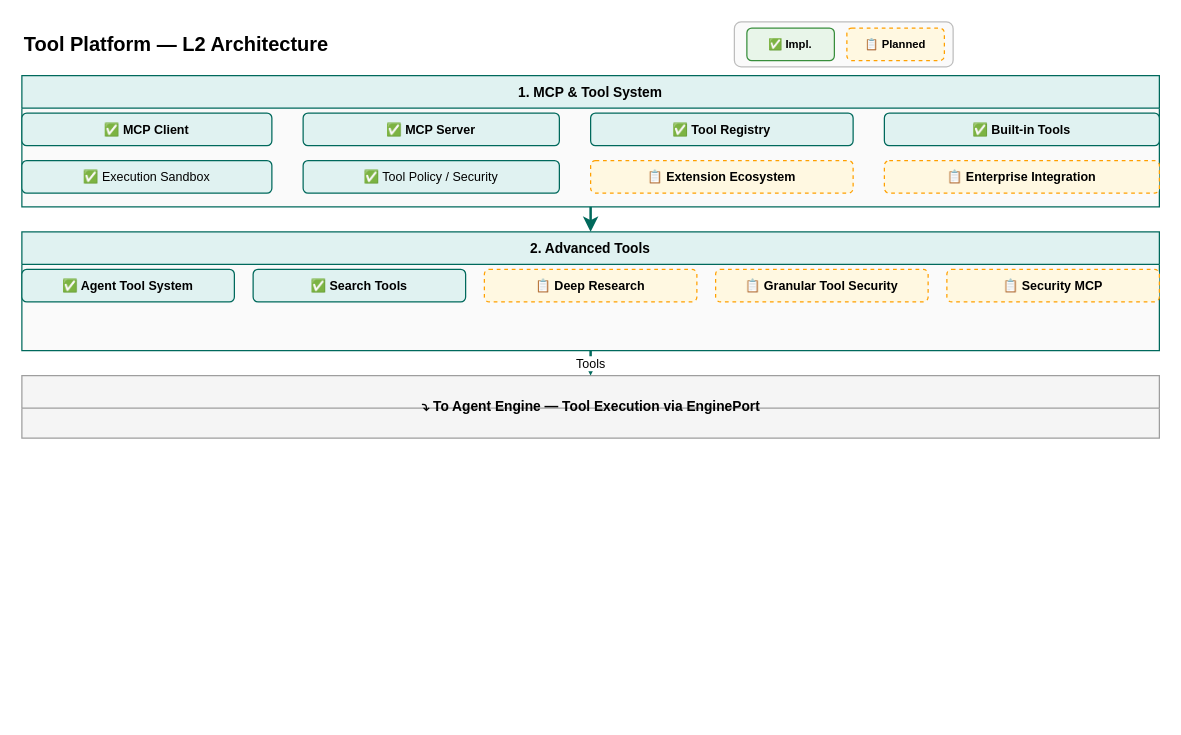
Before: docs/design/hardware/tool-platform-l2.drawio in xueyufish/hecate, a draw.io diagram. Source tidied: cells renumbered, new cells numbered last; positions are measured from the earlier drawing's top-left corner, leaving out a move shared by most shapes. Both pictures are drawn from the tidied source at 125%, with x=0, y=0 at pixel (21, 21).
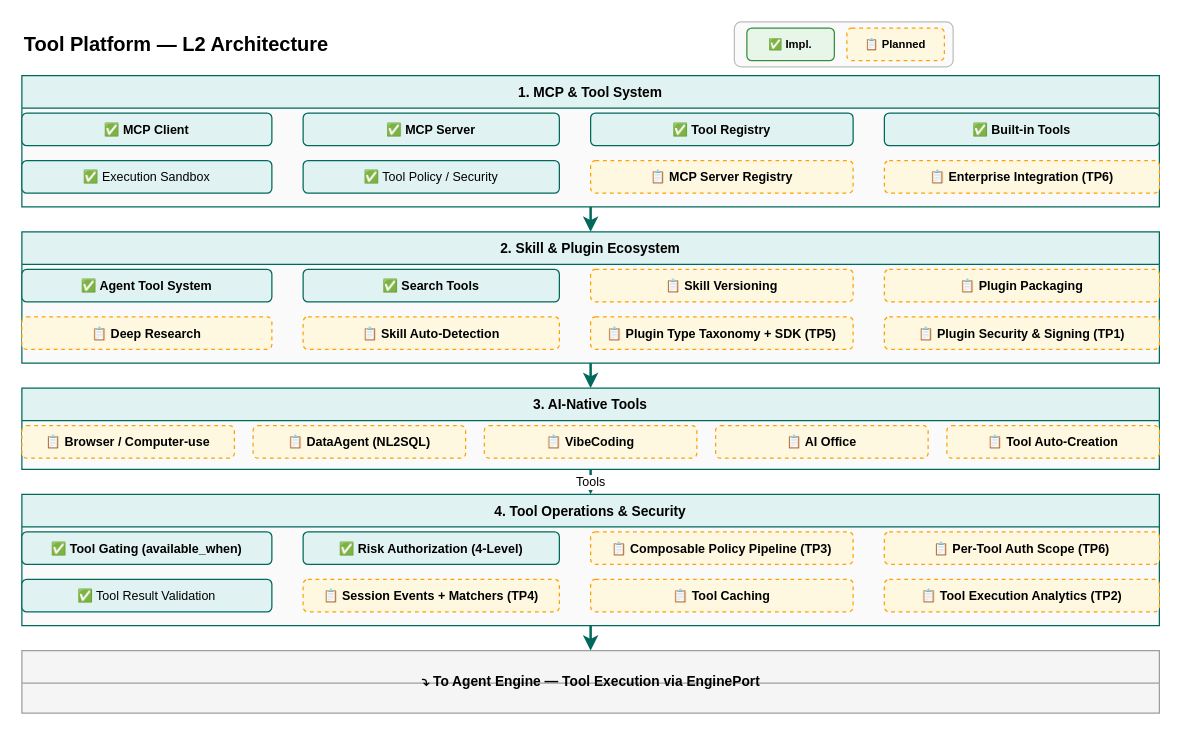
Above is the later version.

The change refers to these unchanged cells:
```xml
<mxCell id="6" value="1. MCP &amp; Tool System" style="swimlane;startSize=26;fillColor=#E0F2F1;strokeColor=#00695C;fontSize=11;fontStyle=1;swimlaneFillColor=#FAFAFA;" parent="1" vertex="1">
  <mxGeometry y="43" width="910" height="105" as="geometry" />
</mxCell>
```

The edit, as a diff of the source:
```diff
@@
-    <mxCell id="13" value="📋 Extension Ecosystem" style="rounded=1;whiteSpace=wrap;html=1;fillColor=#FFF8E1;strokeColor=#FFA000;fontSize=10;fontStyle=1;dashed=1;" parent="6" vertex="1">
-      <mxGeometry x="455" y="68" width="210" height="26" as="geometry" />
-    </mxCell>
+    <mxCell id="25" value="📋 MCP Server Registry" style="rounded=1;whiteSpace=wrap;html=1;fillColor=#FFF8E1;strokeColor=#FFA000;fontSize=10;fontStyle=1;dashed=1;" parent="6" vertex="1">
+      <mxGeometry x="455" y="68" width="210" height="26" as="geometry" />
+    </mxCell>
-    <mxCell id="14" value="📋 Enterprise Integration" style="rounded=1;whiteSpace=wrap;html=1;fillColor=#FFF8E1;strokeColor=#FFA000;fontSize=10;fontStyle=1;dashed=1;" parent="6" vertex="1">
+    <mxCell id="14" value="📋 Enterprise Integration (TP6)" style="rounded=1;whiteSpace=wrap;html=1;fillColor=#FFF8E1;strokeColor=#FFA000;fontSize=10;fontStyle=1;dashed=1;" parent="6" vertex="1">
       <mxGeometry x="690" y="68" width="220" height="26" as="geometry" />
     </mxCell>
-    <mxCell id="15" value="2. Advanced Tools" style="swimlane;startSize=26;fillColor=#E0F2F1;strokeColor=#00695C;fontSize=11;fontStyle=1;swimlaneFillColor=#FAFAFA;" parent="1" vertex="1">
-      <mxGeometry y="168" width="910" height="95" as="geometry" />
+    <mxCell id="15" value="2. Skill &amp; Plugin Ecosystem" style="swimlane;startSize=26;fillColor=#E0F2F1;strokeColor=#00695C;fontSize=11;fontStyle=1;swimlaneFillColor=#FAFAFA;" parent="1" vertex="1">
+      <mxGeometry y="168" width="910" height="105" as="geometry" />
     </mxCell>
     <mxCell id="16" value="✅ Agent Tool System" style="rounded=1;whiteSpace=wrap;html=1;fillColor=#E0F2F1;strokeColor=#00695C;fontSize=10;fontStyle=1;" parent="15" vertex="1">
-      <mxGeometry y="30" width="170" height="26" as="geometry" />
+      <mxGeometry y="30" width="200" height="26" as="geometry" />
     </mxCell>
     <mxCell id="17" value="✅ Search Tools" style="rounded=1;whiteSpace=wrap;html=1;fillColor=#E0F2F1;strokeColor=#00695C;fontSize=10;fontStyle=1;" parent="15" vertex="1">
-      <mxGeometry x="185" y="30" width="170" height="26" as="geometry" />
+      <mxGeometry x="225" y="30" width="205" height="26" as="geometry" />
     </mxCell>
+    <mxCell id="26" value="📋 Skill Versioning" style="rounded=1;whiteSpace=wrap;html=1;fillColor=#FFF8E1;strokeColor=#FFA000;fontSize=10;fontStyle=1;dashed=1;" parent="15" vertex="1">
+      <mxGeometry x="455" y="30" width="210" height="26" as="geometry" />
+    </mxCell>
+    <mxCell id="27" value="📋 Plugin Packaging" style="rounded=1;whiteSpace=wrap;html=1;fillColor=#FFF8E1;strokeColor=#FFA000;fontSize=10;fontStyle=1;dashed=1;" parent="15" vertex="1">
+      <mxGeometry x="690" y="30" width="220" height="26" as="geometry" />
+    </mxCell>
     <mxCell id="18" value="📋 Deep Research" style="rounded=1;whiteSpace=wrap;html=1;fillColor=#FFF8E1;strokeColor=#FFA000;fontSize=10;fontStyle=1;dashed=1;" parent="15" vertex="1">
-      <mxGeometry x="370" y="30" width="170" height="26" as="geometry" />
+      <mxGeometry y="68" width="200" height="26" as="geometry" />
     </mxCell>
-    <mxCell id="19" value="📋 Granular Tool Security" style="rounded=1;whiteSpace=wrap;html=1;fillColor=#FFF8E1;strokeColor=#FFA000;fontSize=10;fontStyle=1;dashed=1;" parent="15" vertex="1">
-      <mxGeometry x="555" y="30" width="170" height="26" as="geometry" />
-    </mxCell>
-    <mxCell id="20" value="📋 Security MCP" style="rounded=1;whiteSpace=wrap;html=1;fillColor=#FFF8E1;strokeColor=#FFA000;fontSize=10;fontStyle=1;dashed=1;" parent="15" vertex="1">
-      <mxGeometry x="740" y="30" width="170" height="26" as="geometry" />
-    </mxCell>
+    <mxCell id="28" value="📋 Skill Auto-Detection" style="rounded=1;whiteSpace=wrap;html=1;fillColor=#FFF8E1;strokeColor=#FFA000;fontSize=10;fontStyle=1;dashed=1;" parent="15" vertex="1">
+      <mxGeometry x="225" y="68" width="205" height="26" as="geometry" />
+    </mxCell>
+    <mxCell id="29" value="📋 Plugin Type Taxonomy + SDK (TP5)" style="rounded=1;whiteSpace=wrap;html=1;fillColor=#FFF8E1;strokeColor=#FFA000;fontSize=10;fontStyle=1;dashed=1;" parent="15" vertex="1">
+      <mxGeometry x="455" y="68" width="210" height="26" as="geometry" />
+    </mxCell>
+    <mxCell id="30" value="📋 Plugin Security &amp; Signing (TP1)" style="rounded=1;whiteSpace=wrap;html=1;fillColor=#FFF8E1;strokeColor=#FFA000;fontSize=10;fontStyle=1;dashed=1;" parent="15" vertex="1">
+      <mxGeometry x="690" y="68" width="220" height="26" as="geometry" />
+    </mxCell>
-    <mxCell id="21" style="swimlane;startSize=26;fillColor=#F5F5F5;strokeColor=#9E9E9E;fontSize=11;fontStyle=1;swimlaneFillColor=#F5F5F5;" parent="1" vertex="1">
-      <mxGeometry y="283" width="910" height="50" as="geometry" />
+    <mxCell id="21" value="3. AI-Native Tools" style="swimlane;startSize=26;fillColor=#E0F2F1;strokeColor=#00695C;fontSize=11;fontStyle=1;swimlaneFillColor=#FAFAFA;" parent="1" vertex="1">
+      <mxGeometry y="293" width="910" height="65" as="geometry" />
     </mxCell>
+    <mxCell id="31" value="📋 Browser / Computer-use" style="rounded=1;whiteSpace=wrap;html=1;fillColor=#FFF8E1;strokeColor=#FFA000;fontSize=10;fontStyle=1;dashed=1;" parent="21" vertex="1">
+      <mxGeometry y="30" width="170" height="26" as="geometry" />
+    </mxCell>
+    <mxCell id="32" value="📋 DataAgent (NL2SQL)" style="rounded=1;whiteSpace=wrap;html=1;fillColor=#FFF8E1;strokeColor=#FFA000;fontSize=10;fontStyle=1;dashed=1;" parent="21" vertex="1">
+      <mxGeometry x="185" y="30" width="170" height="26" as="geometry" />
+    </mxCell>
+    <mxCell id="33" value="📋 VibeCoding" style="rounded=1;whiteSpace=wrap;html=1;fillColor=#FFF8E1;strokeColor=#FFA000;fontSize=10;fontStyle=1;dashed=1;" parent="21" vertex="1">
+      <mxGeometry x="370" y="30" width="170" height="26" as="geometry" />
+    </mxCell>
+    <mxCell id="34" value="📋 AI Office" style="rounded=1;whiteSpace=wrap;html=1;fillColor=#FFF8E1;strokeColor=#FFA000;fontSize=10;fontStyle=1;dashed=1;" parent="21" vertex="1">
+      <mxGeometry x="555" y="30" width="170" height="26" as="geometry" />
+    </mxCell>
+    <mxCell id="35" value="📋 Tool Auto-Creation" style="rounded=1;whiteSpace=wrap;html=1;fillColor=#FFF8E1;strokeColor=#FFA000;fontSize=10;fontStyle=1;dashed=1;" parent="21" vertex="1">
+      <mxGeometry x="740" y="30" width="170" height="26" as="geometry" />
+    </mxCell>
+    <mxCell id="36" value="4. Tool Operations &amp; Security" style="swimlane;startSize=26;fillColor=#E0F2F1;strokeColor=#00695C;fontSize=11;fontStyle=1;swimlaneFillColor=#FAFAFA;" parent="1" vertex="1">
+      <mxGeometry y="378" width="910" height="105" as="geometry" />
+    </mxCell>
+    <mxCell id="37" value="✅ Tool Gating (available_when)" style="rounded=1;whiteSpace=wrap;html=1;fillColor=#E0F2F1;strokeColor=#00695C;fontSize=10;fontStyle=1;" parent="36" vertex="1">
+      <mxGeometry y="30" width="200" height="26" as="geometry" />
+    </mxCell>
+    <mxCell id="38" value="✅ Risk Authorization (4-Level)" style="rounded=1;whiteSpace=wrap;html=1;fillColor=#E0F2F1;strokeColor=#00695C;fontSize=10;fontStyle=1;" parent="36" vertex="1">
+      <mxGeometry x="225" y="30" width="205" height="26" as="geometry" />
+    </mxCell>
+    <mxCell id="39" value="📋 Composable Policy Pipeline (TP3)" style="rounded=1;whiteSpace=wrap;html=1;fillColor=#FFF8E1;strokeColor=#FFA000;fontSize=10;fontStyle=1;dashed=1;" parent="36" vertex="1">
+      <mxGeometry x="455" y="30" width="210" height="26" as="geometry" />
+    </mxCell>
+    <mxCell id="40" value="📋 Per-Tool Auth Scope (TP6)" style="rounded=1;whiteSpace=wrap;html=1;fillColor=#FFF8E1;strokeColor=#FFA000;fontSize=10;fontStyle=1;dashed=1;" parent="36" vertex="1">
+      <mxGeometry x="690" y="30" width="220" height="26" as="geometry" />
+    </mxCell>
+    <mxCell id="41" value="✅ Tool Result Validation" style="rounded=1;whiteSpace=wrap;html=1;fillColor=#E0F2F1;strokeColor=#00695C;fontSize=10;" parent="36" vertex="1">
+      <mxGeometry y="68" width="200" height="26" as="geometry" />
+    </mxCell>
+    <mxCell id="42" value="📋 Session Events + Matchers (TP4)" style="rounded=1;whiteSpace=wrap;html=1;fillColor=#FFF8E1;strokeColor=#FFA000;fontSize=10;fontStyle=1;dashed=1;" parent="36" vertex="1">
+      <mxGeometry x="225" y="68" width="205" height="26" as="geometry" />
+    </mxCell>
+    <mxCell id="43" value="📋 Tool Caching" style="rounded=1;whiteSpace=wrap;html=1;fillColor=#FFF8E1;strokeColor=#FFA000;fontSize=10;fontStyle=1;dashed=1;" parent="36" vertex="1">
+      <mxGeometry x="455" y="68" width="210" height="26" as="geometry" />
+    </mxCell>
+    <mxCell id="44" value="📋 Tool Execution Analytics (TP2)" style="rounded=1;whiteSpace=wrap;html=1;fillColor=#FFF8E1;strokeColor=#FFA000;fontSize=10;fontStyle=1;dashed=1;" parent="36" vertex="1">
+      <mxGeometry x="690" y="68" width="220" height="26" as="geometry" />
+    </mxCell>
+    <mxCell id="45" style="swimlane;startSize=26;fillColor=#F5F5F5;strokeColor=#9E9E9E;fontSize=11;fontStyle=1;swimlaneFillColor=#F5F5F5;" parent="1" vertex="1">
+      <mxGeometry y="503" width="910" height="50" as="geometry" />
+    </mxCell>
-    <mxCell id="22" value="⤵  To Agent Engine — Tool Execution via EnginePort" style="text;html=1;fontSize=11;fontStyle=1;align=center;verticalAlign=middle;fillColor=none;strokeColor=none;" parent="21" vertex="1">
+    <mxCell id="22" value="⤵  To Agent Engine — Tool Execution via EnginePort" style="text;html=1;fontSize=11;fontStyle=1;align=center;verticalAlign=middle;fillColor=none;strokeColor=none;" parent="45" vertex="1">
       <mxGeometry x="155" y="5" width="600" height="40" as="geometry" />
     </mxCell>
@@
-    <mxCell id="24" value="Tools" style="edgeStyle=orthogonalEdgeStyle;rounded=1;jettySize=auto;html=1;strokeColor=#00695C;strokeWidth=2;fontSize=10;exitX=0.5;exitY=1;exitDx=0;exitDy=0;entryX=0.5;entryY=0;entryDx=0;entryDy=0;" parent="1" edge="1" source="15" target="21">
+    <mxCell id="24" style="edgeStyle=orthogonalEdgeStyle;rounded=1;jettySize=auto;html=1;strokeColor=#00695C;strokeWidth=2;exitX=0.5;exitY=1;exitDx=0;exitDy=0;entryX=0.5;entryY=0;entryDx=0;entryDy=0;" parent="1" edge="1" source="15" target="21">
       <mxGeometry relative="1" as="geometry" />
     </mxCell>
+    <mxCell id="46" value="Tools" style="edgeStyle=orthogonalEdgeStyle;rounded=1;jettySize=auto;html=1;strokeColor=#00695C;strokeWidth=2;fontSize=10;exitX=0.5;exitY=1;exitDx=0;exitDy=0;entryX=0.5;entryY=0;entryDx=0;entryDy=0;" parent="1" edge="1" source="21" target="36">
+      <mxGeometry relative="1" as="geometry" />
+    </mxCell>
+    <mxCell id="47" style="edgeStyle=orthogonalEdgeStyle;rounded=1;jettySize=auto;html=1;strokeColor=#00695C;strokeWidth=2;exitX=0.5;exitY=1;exitDx=0;exitDy=0;entryX=0.5;entryY=0;entryDx=0;entryDy=0;" parent="1" edge="1" source="36" target="45">
+      <mxGeometry relative="1" as="geometry" />
+    </mxCell>
```
